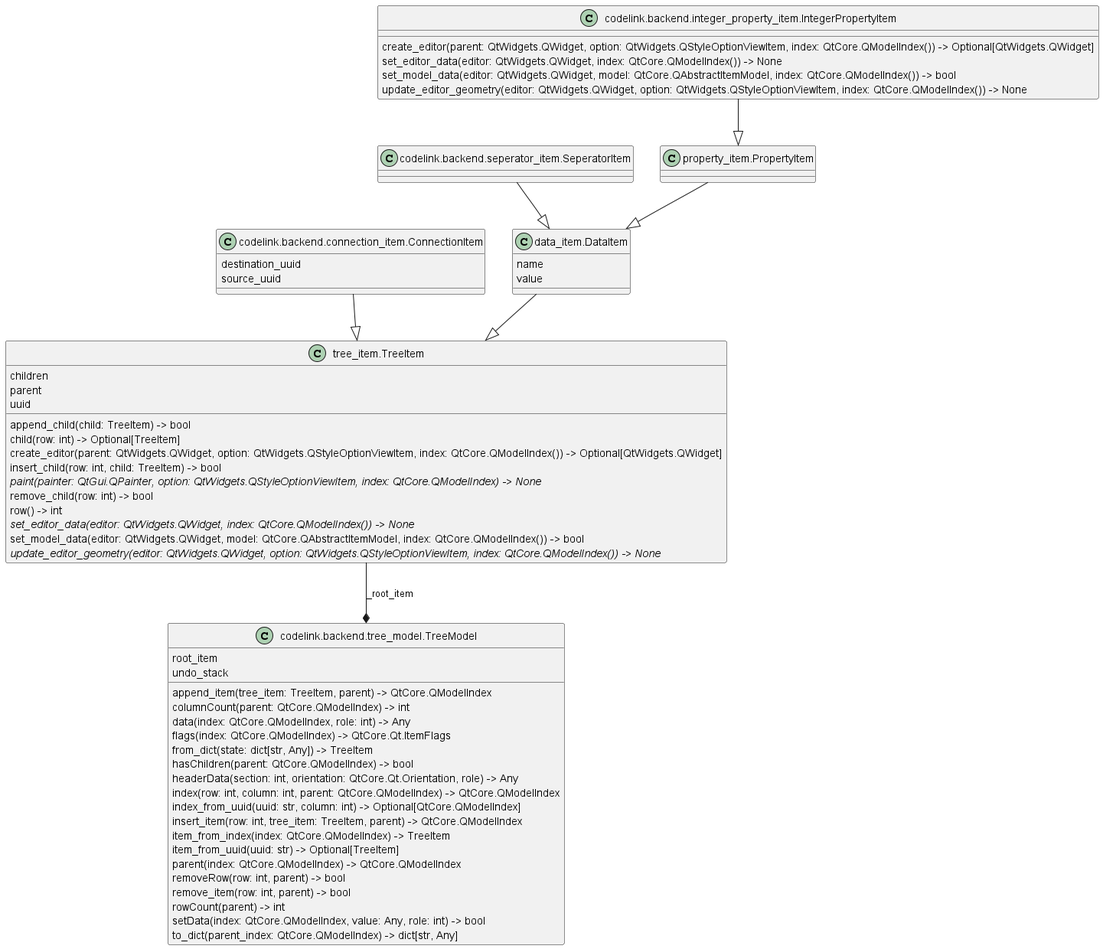
The PlantUML diagram img/backend_classes.png in j8sr0230/codelink, before a commit.
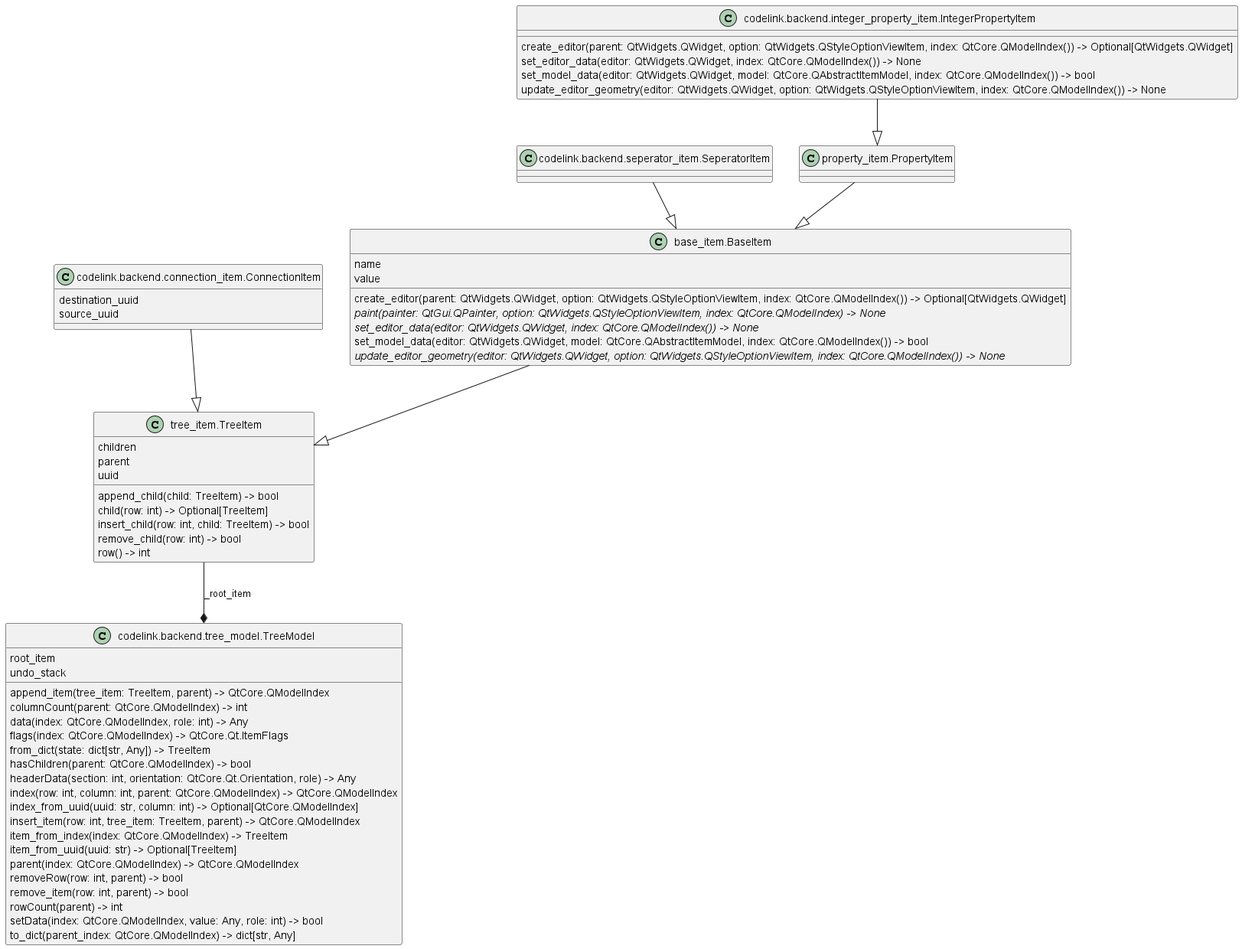
The same file after the commit.

Commit message:
Refactors backend

Change to the diagram source:
```diff
@@ -1,5 +1,14 @@
 @startuml classes
 set namespaceSeparator none
+class "base_item.BaseItem" as base_item.BaseItem {
+  name
+  value
+  create_editor(parent: QtWidgets.QWidget, option: QtWidgets.QStyleOptionViewItem, index: QtCore.QModelIndex()) -> Optional[QtWidgets.QWidget]
+  {abstract}paint(painter: QtGui.QPainter, option: QtWidgets.QStyleOptionViewItem, index: QtCore.QModelIndex) -> None
+  {abstract}set_editor_data(editor: QtWidgets.QWidget, index: QtCore.QModelIndex()) -> None
+  set_model_data(editor: QtWidgets.QWidget, model: QtCore.QAbstractItemModel, index: QtCore.QModelIndex()) -> bool
+  {abstract}update_editor_geometry(editor: QtWidgets.QWidget, option: QtWidgets.QStyleOptionViewItem, index: QtCore.QModelIndex()) -> None
+}
 class "codelink.backend.connection_item.ConnectionItem" as codelink.backend.connection_item.ConnectionItem {
   destination_uuid
   source_uuid
@@ -34,10 +43,6 @@
   setData(index: QtCore.QModelIndex, value: Any, role: int) -> bool
   to_dict(parent_index: QtCore.QModelIndex) -> dict[str, Any]
 }
-class "data_item.DataItem" as data_item.DataItem {
-  name
-  value
-}
 class "property_item.PropertyItem" as property_item.PropertyItem {
 }
 class "tree_item.TreeItem" as tree_item.TreeItem {
@@ -46,19 +51,14 @@
   uuid
   append_child(child: TreeItem) -> bool
   child(row: int) -> Optional[TreeItem]
-  create_editor(parent: QtWidgets.QWidget, option: QtWidgets.QStyleOptionViewItem, index: QtCore.QModelIndex()) -> Optional[QtWidgets.QWidget]
   insert_child(row: int, child: TreeItem) -> bool
-  {abstract}paint(painter: QtGui.QPainter, option: QtWidgets.QStyleOptionViewItem, index: QtCore.QModelIndex) -> None
   remove_child(row: int) -> bool
   row() -> int
-  {abstract}set_editor_data(editor: QtWidgets.QWidget, index: QtCore.QModelIndex()) -> None
-  set_model_data(editor: QtWidgets.QWidget, model: QtCore.QAbstractItemModel, index: QtCore.QModelIndex()) -> bool
-  {abstract}update_editor_geometry(editor: QtWidgets.QWidget, option: QtWidgets.QStyleOptionViewItem, index: QtCore.QModelIndex()) -> None
 }
+base_item.BaseItem --|> tree_item.TreeItem
 codelink.backend.connection_item.ConnectionItem --|> tree_item.TreeItem
 codelink.backend.integer_property_item.IntegerPropertyItem --|> property_item.PropertyItem
-codelink.backend.seperator_item.SeperatorItem --|> data_item.DataItem
-data_item.DataItem --|> tree_item.TreeItem
-property_item.PropertyItem --|> data_item.DataItem
+codelink.backend.seperator_item.SeperatorItem --|> base_item.BaseItem
+property_item.PropertyItem --|> base_item.BaseItem
 tree_item.TreeItem --* codelink.backend.tree_model.TreeModel : _root_item
 @enduml
```
